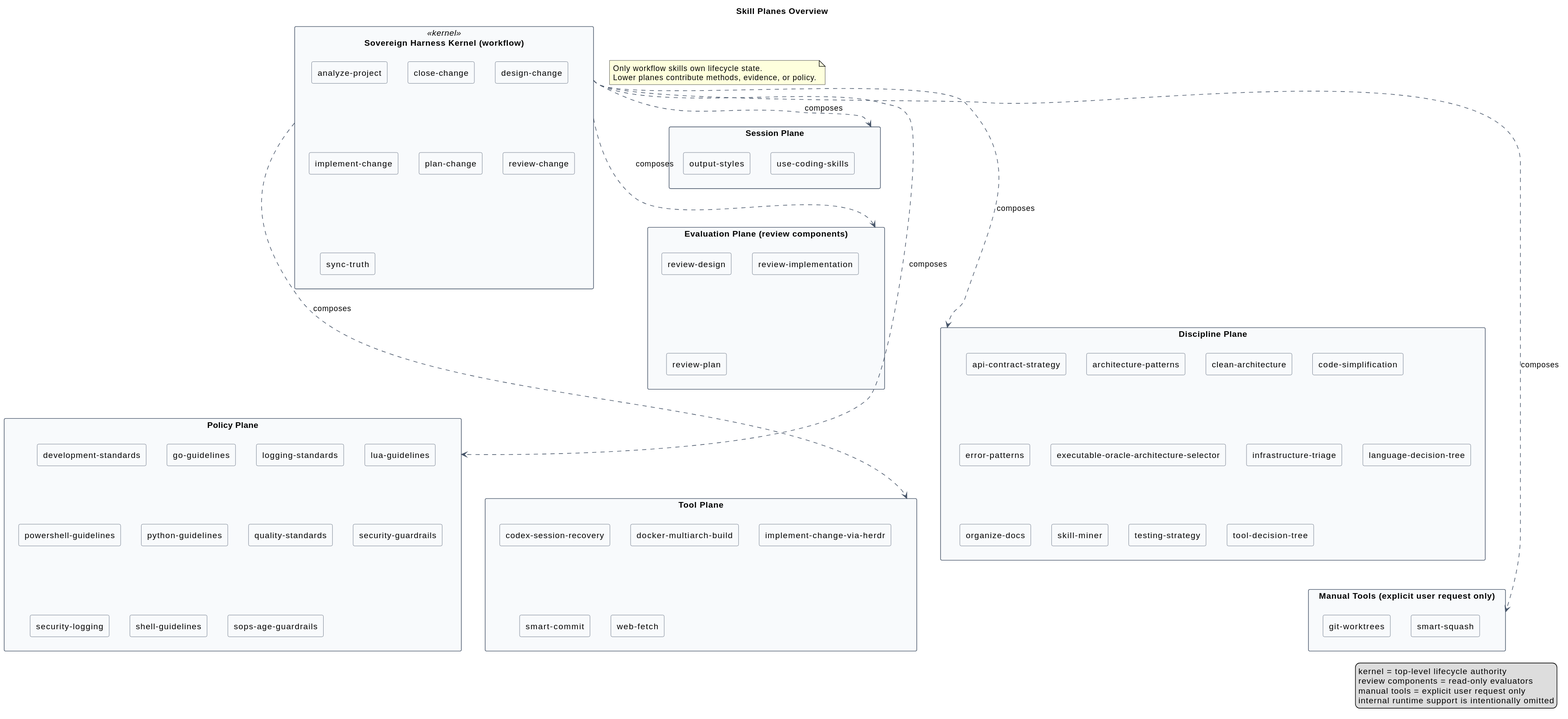
Earlier version of the PlantUML export docs/architecture/generated/skill-planes.svg (CsHeng/agent-skills).
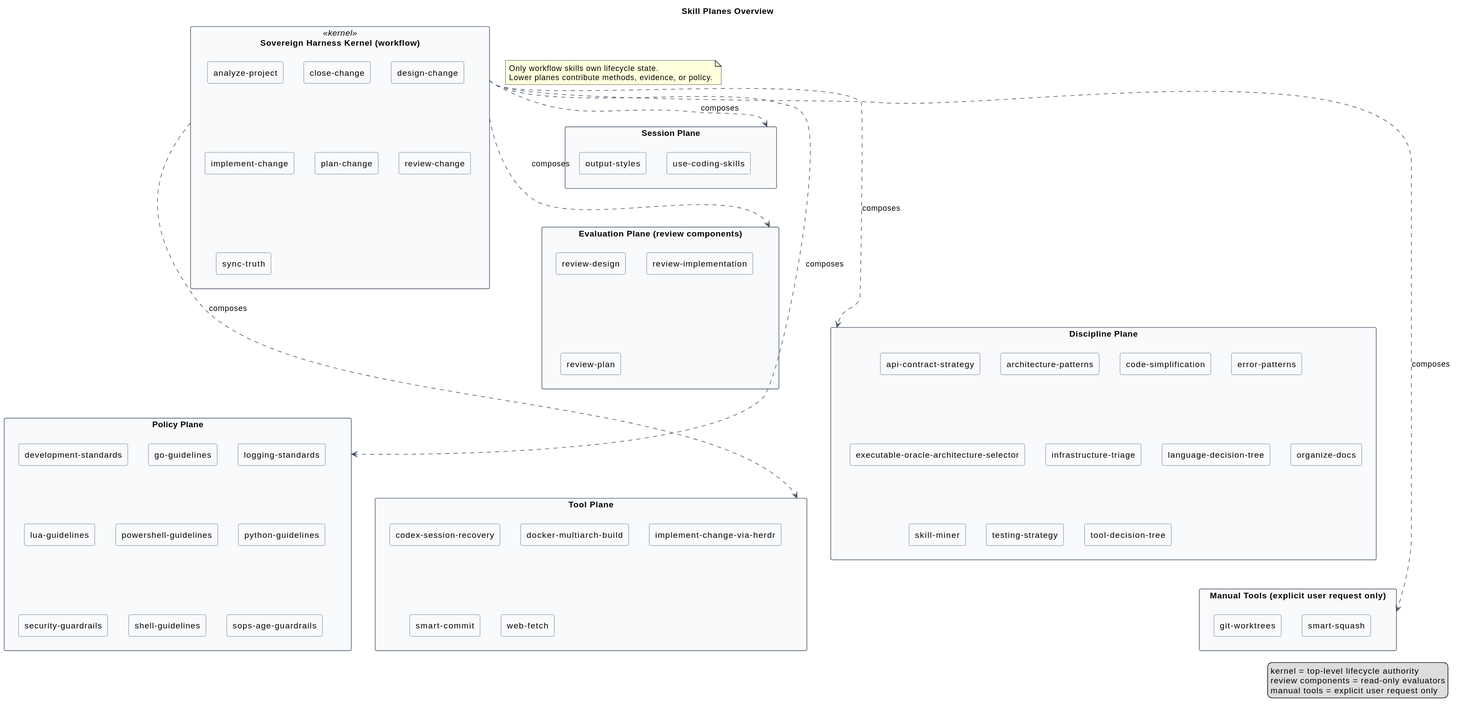
Above is the later version.

What changed in the source:
```diff
@@ -33,7 +33,6 @@
 package "Discipline Plane" as n_plane_discipline {
   rectangle "api-contract-strategy" as n_api_contract_strategy
   rectangle "architecture-patterns" as n_architecture_patterns
-  rectangle "clean-architecture" as n_clean_architecture
   rectangle "code-simplification" as n_code_simplification
   rectangle "error-patterns" as n_error_patterns
   rectangle "executable-oracle-architecture-selector" as n_executable_oracle_architecture_selector
@@ -52,9 +51,7 @@
   rectangle "lua-guidelines" as n_lua_guidelines
   rectangle "powershell-guidelines" as n_powershell_guidelines
   rectangle "python-guidelines" as n_python_guidelines
-  rectangle "quality-standards" as n_quality_standards
   rectangle "security-guardrails" as n_security_guardrails
-  rectangle "security-logging" as n_security_logging
   rectangle "shell-guidelines" as n_shell_guidelines
   rectangle "sops-age-guardrails" as n_sops_age_guardrails
 }
@@ -95,6 +92,5 @@
   kernel = top-level lifecycle authority
   review components = read-only evaluators
   manual tools = explicit user request only
-  internal runtime support is intentionally omitted
 endlegend
 @enduml
```
